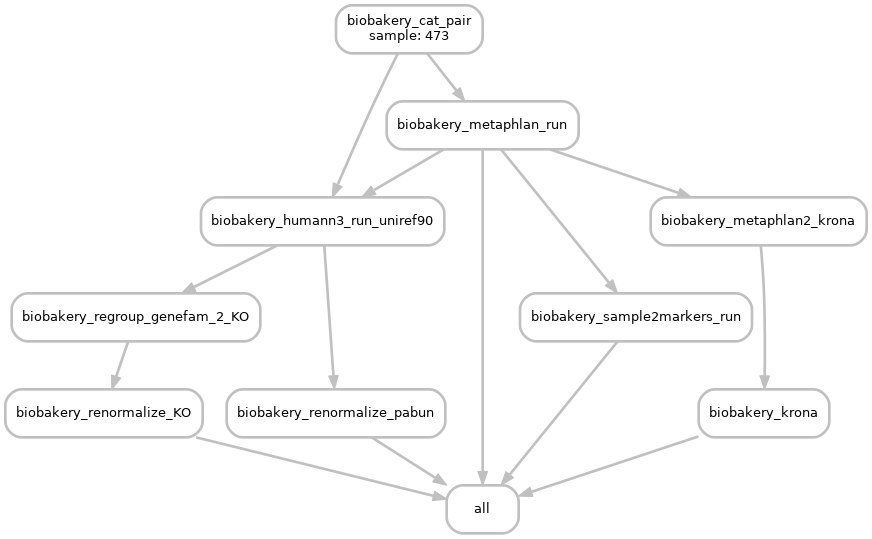
vdblab/vdblab-shotgun keeps this Graphviz diagram as images/biobakery_dag.png. Above is the earlier version. Its source is kept beside it as images/biobakery_dag.dot.
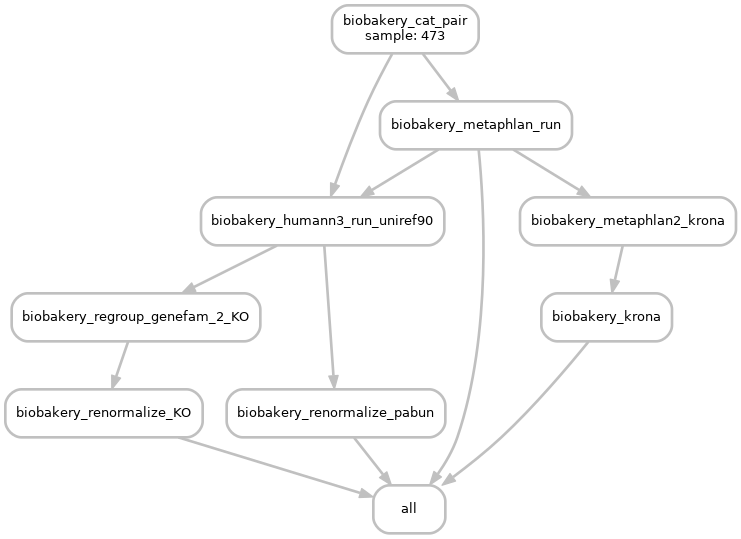
The same diagram one commit later.

The edit, as a diff of the source:
```diff
@@ -9,21 +9,18 @@
 	4[label = "biobakery_cat_pair\nsample: 473", color = "grey", style="rounded"];
 	5[label = "biobakery_metaphlan_run", color = "grey", style="rounded"];
 	6[label = "biobakery_renormalize_pabun", color = "grey", style="rounded"];
-	7[label = "biobakery_sample2markers_run", color = "grey", style="rounded"];
-	8[label = "biobakery_krona", color = "grey", style="rounded"];
-	9[label = "biobakery_metaphlan2_krona", color = "grey", style="rounded"];
+	7[label = "biobakery_krona", color = "grey", style="rounded"];
+	8[label = "biobakery_metaphlan2_krona", color = "grey", style="rounded"];
 	1 -> 0
 	5 -> 0
 	6 -> 0
 	7 -> 0
-	8 -> 0
 	2 -> 1
 	3 -> 2
 	4 -> 3
 	5 -> 3
 	4 -> 5
 	3 -> 6
-	5 -> 7
-	9 -> 8
-	5 -> 9
+	8 -> 7
+	5 -> 8
 }
```
